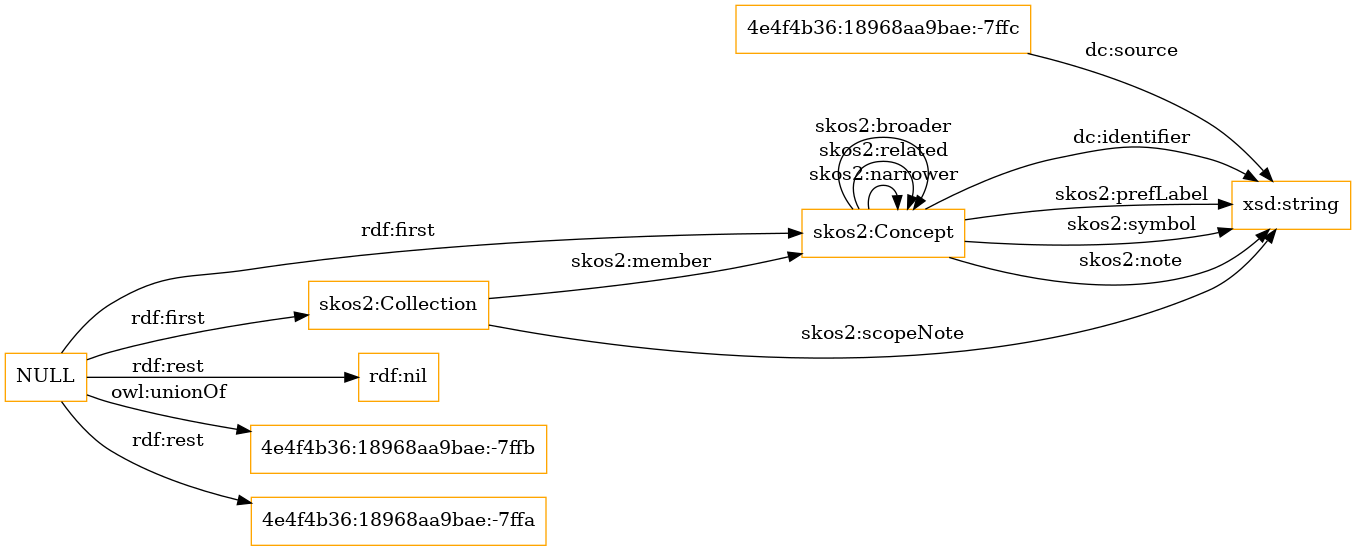
This is OnToology/gftaxonomy.owl/diagrams/ar2dtool-class/gftaxonomy.owl.png from sergio10mwws/ontologias-demo, a Graphviz export, as it was before one commit. Its source is kept beside it as OnToology/gftaxonomy.owl/diagrams/ar2dtool-class/gftaxonomy.owl.png.dot.
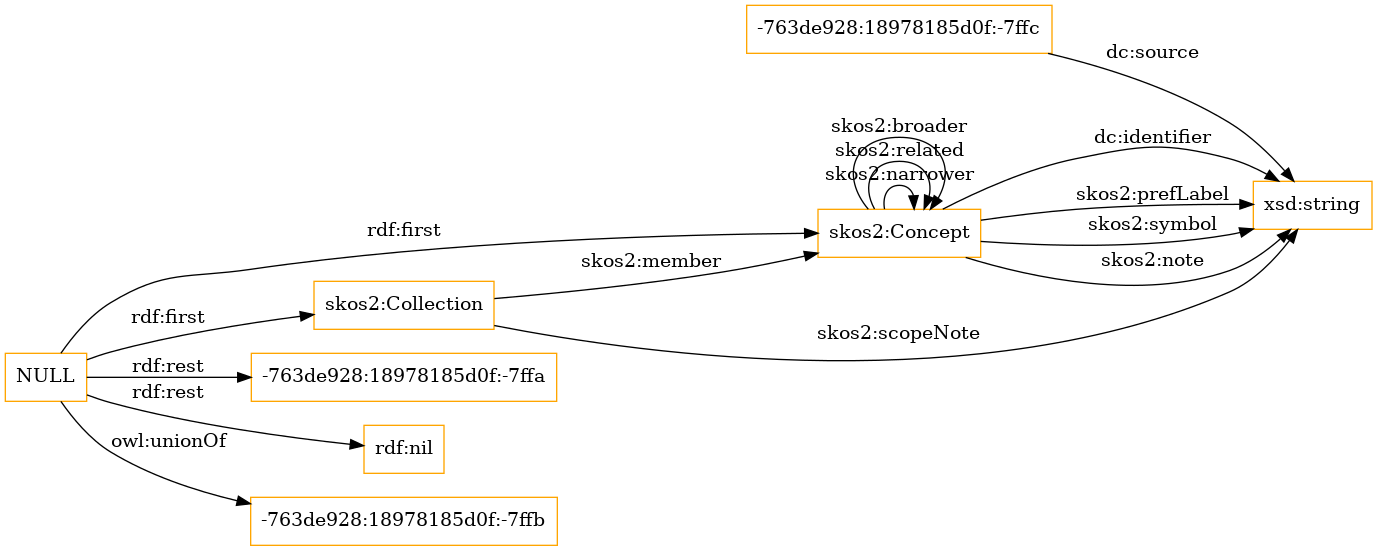
After the commit.

The edit, as a diff of the source:
```diff
@@ -1,12 +1,12 @@
 digraph ar2dtool_diagram {
 rankdir=LR;
 size="1501"
-node [shape = rectangle, color="orange"]; "4e4f4b36:18968aa9bae:-7ffc" "skos2:Concept" "skos2:Collection" ; /*classes style*/
+node [shape = rectangle, color="orange"]; "-763de928:18978185d0f:-7ffc" "skos2:Concept" "skos2:Collection" ; /*classes style*/
+	"NULL" -> "-763de928:18978185d0f:-7ffa" [ label = "rdf:rest" ];
+	"NULL" -> "skos2:Collection" [ label = "rdf:first" ];
 	"NULL" -> "rdf:nil" [ label = "rdf:rest" ];
 	"NULL" -> "skos2:Concept" [ label = "rdf:first" ];
-	"NULL" -> "4e4f4b36:18968aa9bae:-7ffb" [ label = "owl:unionOf" ];
-	"NULL" -> "4e4f4b36:18968aa9bae:-7ffa" [ label = "rdf:rest" ];
-	"NULL" -> "skos2:Collection" [ label = "rdf:first" ];
+	"NULL" -> "-763de928:18978185d0f:-7ffb" [ label = "owl:unionOf" ];
 	"skos2:Concept" -> "xsd:string" [ label = "dc:identifier" ];
 	"skos2:Concept" -> "xsd:string" [ label = "skos2:prefLabel" ];
 	"skos2:Concept" -> "skos2:Concept" [ label = "skos2:narrower" ];
@@ -16,6 +16,6 @@
 	"skos2:Collection" -> "skos2:Concept" [ label = "skos2:member" ];
 	"skos2:Collection" -> "xsd:string" [ label = "skos2:scopeNote" ];
 	"skos2:Concept" -> "skos2:Concept" [ label = "skos2:broader" ];
-	"4e4f4b36:18968aa9bae:-7ffc" -> "xsd:string" [ label = "dc:source" ];
+	"-763de928:18978185d0f:-7ffc" -> "xsd:string" [ label = "dc:source" ];
 
 }
```
